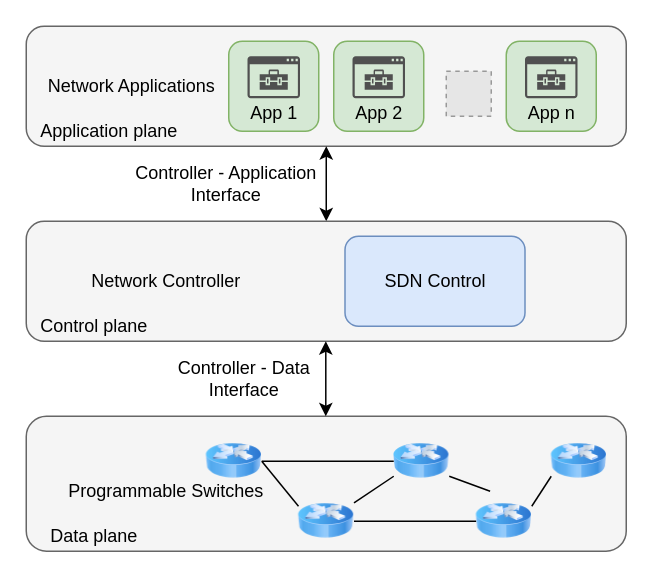
The draw.io diagram assignment1/diagrams/sdn_diagram.drawio in aderbique/CSE548, before the edit. Source tidied: cells renumbered, new cells numbered last; positions are measured from the earlier drawing's top-left corner, leaving out a move shared by most shapes. Both pictures are drawn from the tidied source at 150%, with x=0, y=0 at pixel (26, 26). Pictures stored in the file or linked from it are replaced by grey dashed boxes.
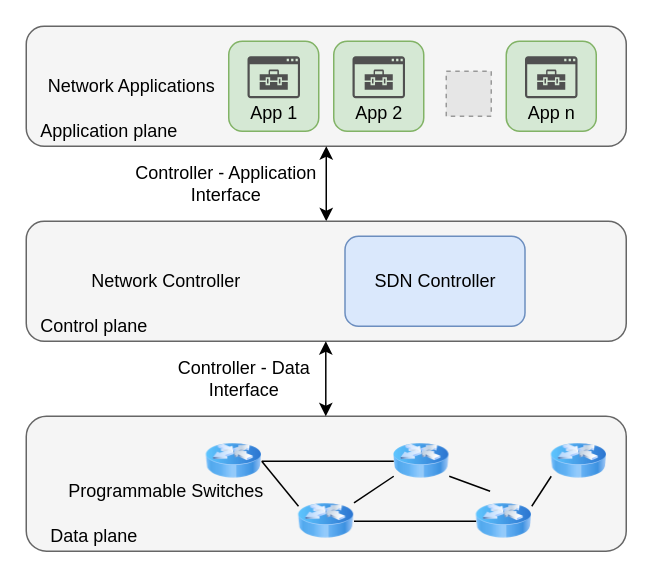
After the change.

Change to the diagram source:
```diff
@@
-    <mxCell id="18" value="SDN Control" style="rounded=1;whiteSpace=wrap;html=1;fillColor=#dae8fc;strokeColor=#6c8ebf;" parent="1" vertex="1">
+    <mxCell id="18" value="SDN Controller" style="rounded=1;whiteSpace=wrap;html=1;fillColor=#dae8fc;strokeColor=#6c8ebf;" parent="1" vertex="1">
       <mxGeometry x="212.5" y="140" width="120" height="60" as="geometry" />
     </mxCell>
```
